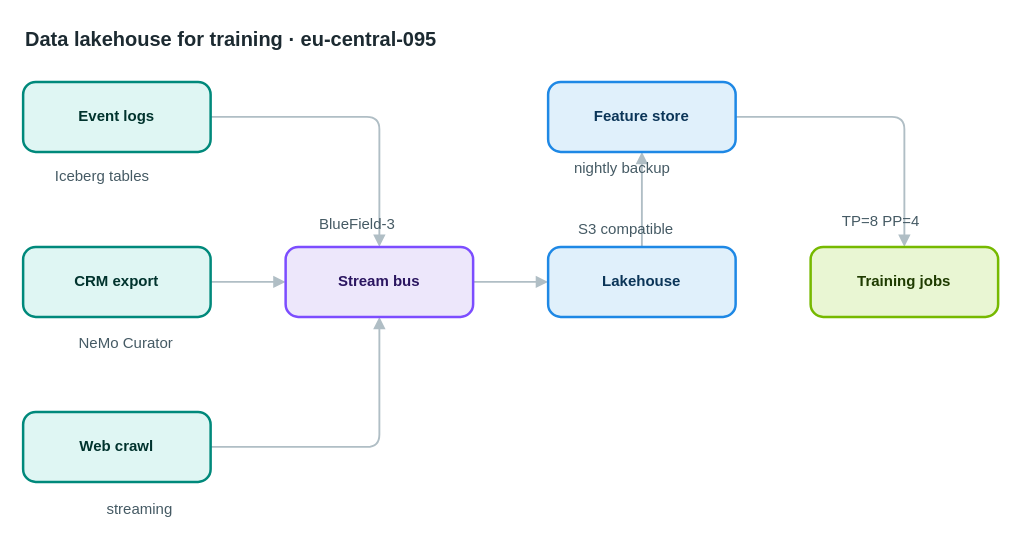
Earlier version of the draw.io diagram apps/web/public/samples/library/095-data-lakehouse-for-training.drawio (AryanG01/open-apprentice). Source tidied: cells renumbered, new cells numbered last; positions are measured from the earlier drawing's top-left corner, leaving out a move shared by most shapes. Both pictures are drawn from the tidied source at 125%, with x=0, y=0 at pixel (22, 21).
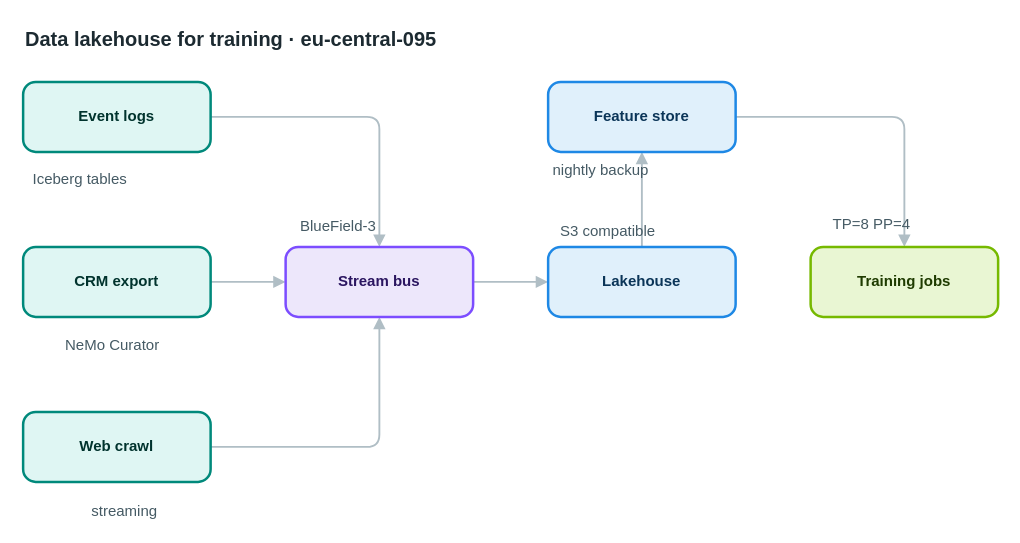
The same page after the edit.

Change to the diagram source:
```diff
@@
-    <mxCell id="16" value="Iceberg tables" style="text;html=1;align=center;verticalAlign=middle;whiteSpace=nowrap;strokeColor=none;fillColor=none;fontSize=12;fontColor=#455a64;" parent="1" vertex="1">
+    <mxCell id="16" value="Iceberg tables" style="text;html=1;align=left;verticalAlign=top;whiteSpace=nowrap;spacing=0;spacingTop=0;strokeColor=none;fillColor=none;fontSize=12;fontColor=#455a64;" parent="1" vertex="1">
       <mxGeometry x="8" y="114" width="110" height="20" as="geometry" />
     </mxCell>
-    <mxCell id="17" value="NeMo Curator" style="text;html=1;align=center;verticalAlign=middle;whiteSpace=nowrap;strokeColor=none;fillColor=none;fontSize=12;fontColor=#455a64;" parent="1" vertex="1">
+    <mxCell id="17" value="NeMo Curator" style="text;html=1;align=left;verticalAlign=top;whiteSpace=nowrap;spacing=0;spacingTop=0;strokeColor=none;fillColor=none;fontSize=12;fontColor=#455a64;" parent="1" vertex="1">
       <mxGeometry x="34" y="247" width="96" height="20" as="geometry" />
     </mxCell>
-    <mxCell id="18" value="streaming" style="text;html=1;align=center;verticalAlign=middle;whiteSpace=nowrap;strokeColor=none;fillColor=none;fontSize=12;fontColor=#455a64;" parent="1" vertex="1">
+    <mxCell id="18" value="streaming" style="text;html=1;align=left;verticalAlign=top;whiteSpace=nowrap;spacing=0;spacingTop=0;strokeColor=none;fillColor=none;fontSize=12;fontColor=#455a64;" parent="1" vertex="1">
       <mxGeometry x="55" y="380" width="75" height="20" as="geometry" />
     </mxCell>
-    <mxCell id="19" value="BlueField-3" style="text;html=1;align=center;verticalAlign=middle;whiteSpace=nowrap;strokeColor=none;fillColor=none;fontSize=12;fontColor=#455a64;" parent="1" vertex="1">
+    <mxCell id="19" value="BlueField-3" style="text;html=1;align=left;verticalAlign=top;whiteSpace=nowrap;spacing=0;spacingTop=0;strokeColor=none;fillColor=none;fontSize=12;fontColor=#455a64;" parent="1" vertex="1">
       <mxGeometry x="222" y="152" width="89" height="20" as="geometry" />
     </mxCell>
-    <mxCell id="20" value="S3 compatible" style="text;html=1;align=center;verticalAlign=middle;whiteSpace=nowrap;strokeColor=none;fillColor=none;fontSize=12;fontColor=#455a64;" parent="1" vertex="1">
+    <mxCell id="20" value="S3 compatible" style="text;html=1;align=left;verticalAlign=top;whiteSpace=nowrap;spacing=0;spacingTop=0;strokeColor=none;fillColor=none;fontSize=12;fontColor=#455a64;" parent="1" vertex="1">
       <mxGeometry x="430" y="156" width="103" height="20" as="geometry" />
     </mxCell>
-    <mxCell id="21" value="nightly backup" style="text;html=1;align=center;verticalAlign=middle;whiteSpace=nowrap;strokeColor=none;fillColor=none;fontSize=12;fontColor=#455a64;" parent="1" vertex="1">
+    <mxCell id="21" value="nightly backup" style="text;html=1;align=left;verticalAlign=top;whiteSpace=nowrap;spacing=0;spacingTop=0;strokeColor=none;fillColor=none;fontSize=12;fontColor=#455a64;" parent="1" vertex="1">
       <mxGeometry x="424" y="107" width="110" height="20" as="geometry" />
     </mxCell>
-    <mxCell id="22" value="TP=8 PP=4" style="text;html=1;align=center;verticalAlign=middle;whiteSpace=nowrap;strokeColor=none;fillColor=none;fontSize=12;fontColor=#455a64;" parent="1" vertex="1">
+    <mxCell id="22" value="TP=8 PP=4" style="text;html=1;align=left;verticalAlign=top;whiteSpace=nowrap;spacing=0;spacingTop=0;strokeColor=none;fillColor=none;fontSize=12;fontColor=#455a64;" parent="1" vertex="1">
       <mxGeometry x="648" y="150" width="75" height="20" as="geometry" />
     </mxCell>
```
